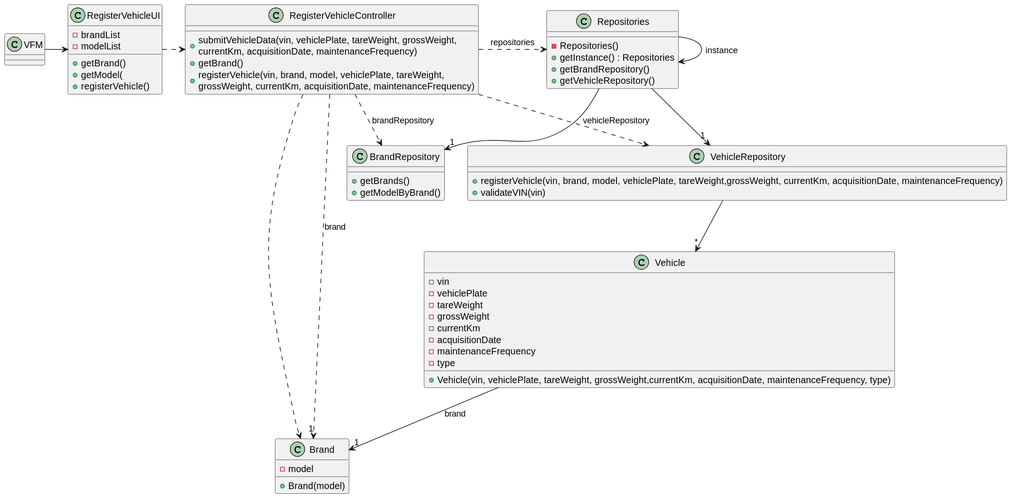
Above: docs/sprintB/us006/03.design/svg/us006-class-diagram.svg in ricardomm7/leaflink (PlantUML), before the change.
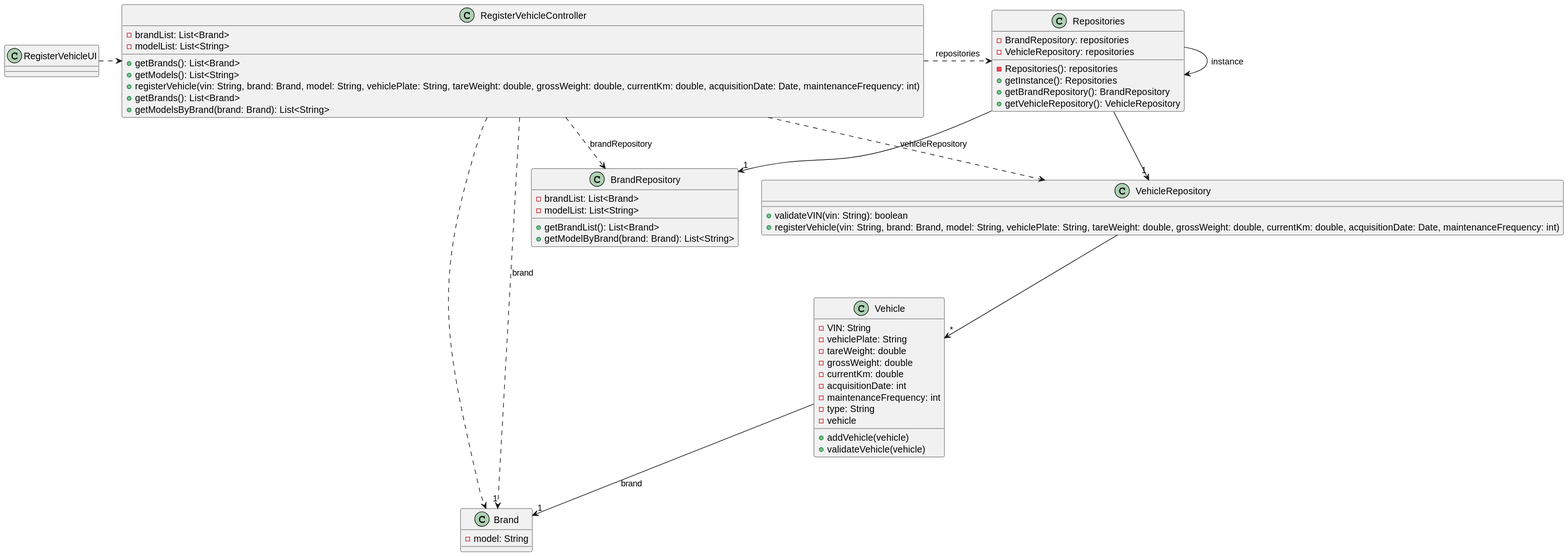
After the commit.

Change to the diagram source:
```diff
@@ -3,61 +3,62 @@
 skinparam shadowing false
 skinparam line type polyline
 
+class RegisterVehicleUI {
+
+}
+
+class RegisterVehicleController {
+    - brandList: List<Brand>
+    - modelList: List<String>
+    + getBrands(): List<Brand>
+    + getModels(): List<String>
+    + registerVehicle(vin: String, brand: Brand, model: String, vehiclePlate: String, tareWeight: double, grossWeight: double, currentKm: double, acquisitionDate: Date, maintenanceFrequency: int)
+    + getBrands(): List<Brand>
+    + getModelsByBrand(brand: Brand): List<String>
+}
+
+class Repositories {
+    - Repositories(): repositories
+    - BrandRepository: repositories
+    - VehicleRepository: repositories
+    + getInstance(): Repositories
+    + getBrandRepository(): BrandRepository
+    + getVehicleRepository(): VehicleRepository
+}
+
+class VehicleRepository {
+    + validateVIN(vin: String): boolean
+    + registerVehicle(vin: String, brand: Brand, model: String, vehiclePlate: String, tareWeight: double, grossWeight: double, currentKm: double, acquisitionDate: Date, maintenanceFrequency: int)
+}
+
+class BrandRepository {
+    - brandList: List<Brand>
+    - modelList: List<String>
+    + getBrandList(): List<Brand>
+    + getModelByBrand(brand: Brand): List<String>
+}
 
 
-class VFM {
-}
+class Vehicle {
+    - VIN: String
+    - vehiclePlate: String
+    - tareWeight: double
+    - grossWeight: double
+    - currentKm: double
+    - acquisitionDate: int
+    - maintenanceFrequency: int
+    - type: String
+    - vehicle
 
-class Vehicle {
-    - vin
-    - vehiclePlate
-    - tareWeight
-    - grossWeight
-    - currentKm
-    - acquisitionDate
-    - maintenanceFrequency
-    - type
+    + addVehicle(vehicle)
+    + validateVehicle(vehicle)
 
-    + Vehicle(vin, vehiclePlate, tareWeight, grossWeight,currentKm, acquisitionDate, maintenanceFrequency, type)
 }
 
 class Brand {
-    - model
-    + Brand(model)
+    - model: String
 }
 
-class VehicleRepository {
-    + registerVehicle(vin, brand, model, vehiclePlate, tareWeight,grossWeight, currentKm, acquisitionDate, maintenanceFrequency)
-    + validateVIN(vin)
-}
-
-class BrandRepository {
-    + getBrands()
-    + getModelByBrand()
-}
-
-class Repositories {
-    - Repositories()
-    + getInstance() : Repositories
-    + getBrandRepository()
-    + getVehicleRepository()
-}
-
-class RegisterVehicleController {
-    + submitVehicleData(vin, vehiclePlate, tareWeight, grossWeight,\ncurrentKm, acquisitionDate, maintenanceFrequency)
-    + getBrand()
-    + registerVehicle(vin, brand, model, vehiclePlate, tareWeight,\ngrossWeight, currentKm, acquisitionDate, maintenanceFrequency)
-}
-
-class RegisterVehicleUI {
-    - brandList
-    - modelList
-    + getBrand()
-    + getModel(
-    + registerVehicle()
-}
-
-VFM -> RegisterVehicleUI
 Repositories -> Repositories : instance
 
 RegisterVehicleUI .> RegisterVehicleController
@@ -67,7 +68,9 @@
 Repositories -> "1" BrandRepository
 
 RegisterVehicleController ..> Brand
+
 RegisterVehicleController ..> VehicleRepository : vehicleRepository
+
 RegisterVehicleController ..> BrandRepository : brandRepository
 
 Repositories --> "1" VehicleRepository
```
